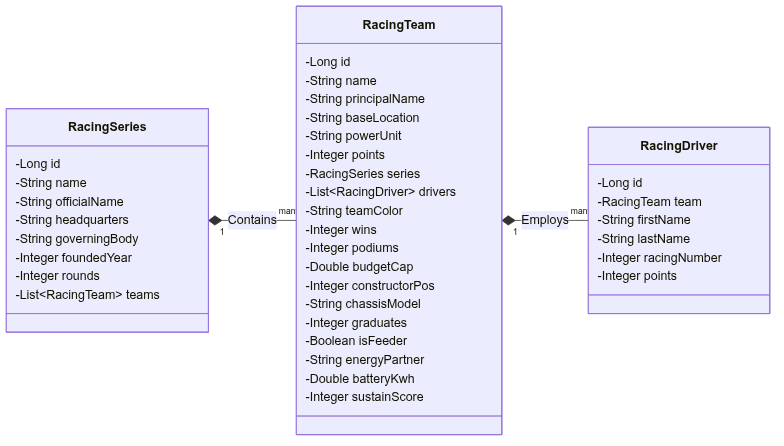
This is labs/OOP/lab3/pics/uml-1.png from smileyfaceskobochka/CompSci, a Mermaid export, as it was before one commit. Its source is kept beside it as labs/OOP/lab3/pics/uml-1.mmd. The source it was exported from:
```mermaid
classDiagram
    direction LR

    class RacingSeries {
        -Long id
        -String name
        -String officialName
        -String headquarters
        -String governingBody
        -Integer foundedYear
        -Integer rounds
        -List~RacingTeam~ teams
    }

    class RacingTeam {
        -Long id
        -String name
        -String principalName
        -String baseLocation
        -String powerUnit
        -Integer points
        -RacingSeries series
        -List~RacingDriver~ drivers
        -String teamColor
        -Integer wins
        -Integer podiums
        -Double budgetCap
        -Integer constructorPos
        -String chassisModel
        -Integer graduates
        -Boolean isFeeder
        -String energyPartner
        -Double batteryKwh
        -Integer sustainScore
    }

    class RacingDriver {
        -Long id
        -RacingTeam team
        -String firstName
        -String lastName
        -Integer racingNumber
        -Integer points
    }

    RacingSeries "1" *-- "many" RacingTeam : Contains
    RacingTeam "1" *-- "many" RacingDriver : Employs
```
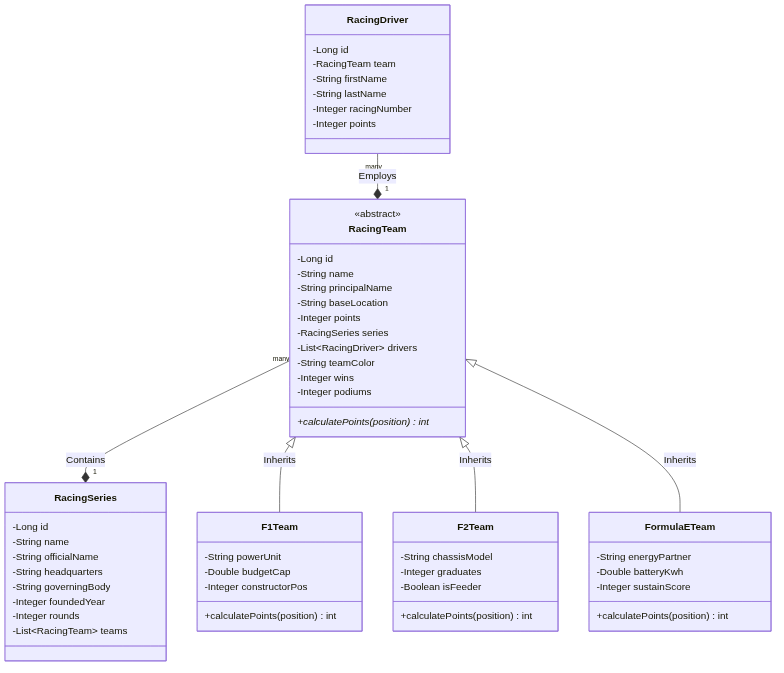
After the change.

The edit, as a diff of the source:
```diff
@@ -1,5 +1,5 @@
 classDiagram
-    direction LR
+    direction BT
 
     class RacingSeries {
         -Long id
@@ -13,25 +13,39 @@
     }
 
     class RacingTeam {
+        <<abstract>>
         -Long id
         -String name
         -String principalName
         -String baseLocation
-        -String powerUnit
         -Integer points
         -RacingSeries series
         -List~RacingDriver~ drivers
         -String teamColor
         -Integer wins
         -Integer podiums
+        +calculatePoints(position) int*
+    }
+
+    class F1Team {
+        -String powerUnit
         -Double budgetCap
         -Integer constructorPos
+        +calculatePoints(position) int
+    }
+
+    class F2Team {
         -String chassisModel
         -Integer graduates
         -Boolean isFeeder
+        +calculatePoints(position) int
+    }
+
+    class FormulaETeam {
         -String energyPartner
         -Double batteryKwh
         -Integer sustainScore
+        +calculatePoints(position) int
     }
 
     class RacingDriver {
@@ -45,3 +59,6 @@
 
     RacingSeries "1" *-- "many" RacingTeam : Contains
     RacingTeam "1" *-- "many" RacingDriver : Employs
+    F1Team --|> RacingTeam : Inherits
+    F2Team --|> RacingTeam : Inherits
+    FormulaETeam --|> RacingTeam : Inherits
```
